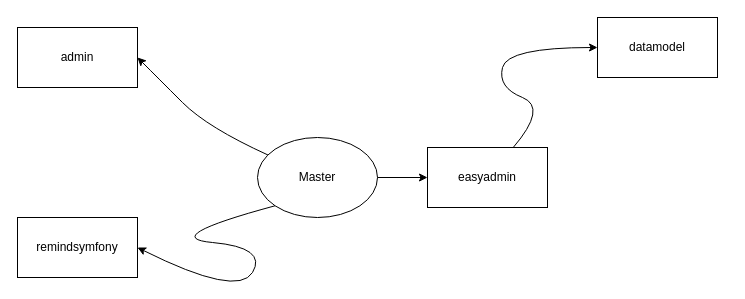
Earlier version of the draw.io diagram .docs/branches/branches.drawio (BigBen131283/portfolio). Source tidied: cells renumbered, new cells numbered last; positions are measured from the earlier drawing's top-left corner, leaving out a move shared by most shapes. Both pictures are drawn from the tidied source at 100%, with x=0, y=0 at pixel (17, 17).
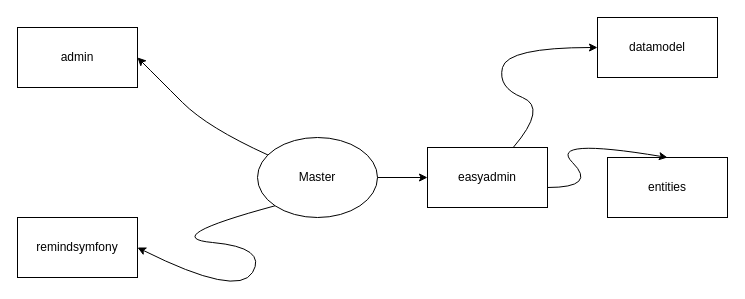
The same page after the edit.

Commit message:
230912 - prepa entities

Change to the diagram source:
```diff
@@
+    <mxCell id="11" value="entities" style="rounded=0;whiteSpace=wrap;html=1;" parent="1" vertex="1">
+      <mxGeometry x="590" y="140" width="120" height="60" as="geometry" />
+    </mxCell>
+    <mxCell id="12" style="curved=1;endArrow=classic;html=1;entryX=0.5;entryY=0;entryDx=0;entryDy=0;" parent="1" edge="1" target="11">
+      <mxGeometry relative="1" as="geometry">
+        <mxPoint x="530" y="170" as="sourcePoint" />
+        <Array as="points">
+          <mxPoint x="580" y="170" />
+          <mxPoint x="530" y="120" />
+        </Array>
+      </mxGeometry>
+    </mxCell>
```
